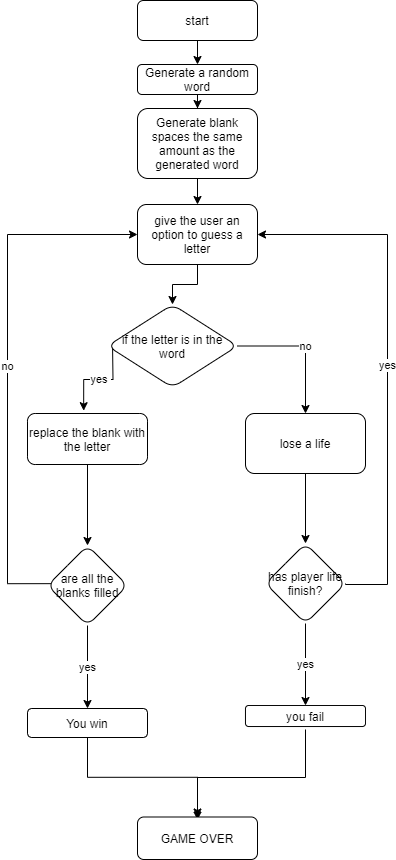
The draw.io diagram Hangman.drawio.png in Fortune-0/hangman, before a commit. Source tidied: cells renumbered, new cells last; positions are measured from the earlier drawing's top-left corner, leaving out a move shared by most shapes. The source it was exported from:
```xml
<mxGraphModel background="#FFFFFF">
  <root>
    <mxCell id="0" />
    <mxCell id="1" parent="0" />
    <mxCell id="2" style="edgeStyle=orthogonalEdgeStyle;rounded=0;jettySize=auto;html=1;exitX=0.5;exitY=1;exitDx=0;exitDy=0;entryX=0.5;entryY=0;entryDx=0;entryDy=0;" parent="1" edge="1" source="3" target="5">
      <mxGeometry relative="1" as="geometry" />
    </mxCell>
    <mxCell id="3" value="start" style="rounded=1;whiteSpace=wrap;html=1;fontSize=12;glass=0;strokeWidth=1;shadow=0;" parent="1" vertex="1">
      <mxGeometry x="130" width="120" height="40" as="geometry" />
    </mxCell>
    <mxCell id="4" style="edgeStyle=orthogonalEdgeStyle;rounded=0;jettySize=auto;html=1;" parent="1" edge="1" source="5" target="7">
      <mxGeometry relative="1" as="geometry" />
    </mxCell>
    <mxCell id="5" value="Generate a random word" style="rounded=1;whiteSpace=wrap;html=1;" parent="1" vertex="1">
      <mxGeometry x="130" y="64" width="120" height="30" as="geometry" />
    </mxCell>
    <mxCell id="6" style="edgeStyle=orthogonalEdgeStyle;rounded=0;jettySize=auto;html=1;" parent="1" edge="1" source="7" target="9">
      <mxGeometry relative="1" as="geometry" />
    </mxCell>
    <mxCell id="7" value="Generate blank spaces the same amount as the generated word" style="rounded=1;whiteSpace=wrap;html=1;" parent="1" vertex="1">
      <mxGeometry x="130" y="108" width="120" height="70" as="geometry" />
    </mxCell>
    <mxCell id="8" style="edgeStyle=orthogonalEdgeStyle;rounded=0;jettySize=auto;html=1;exitX=0.5;exitY=1;exitDx=0;exitDy=0;" parent="1" edge="1" source="9" target="12">
      <mxGeometry relative="1" as="geometry" />
    </mxCell>
    <mxCell id="9" value="give the user an option to guess a letter" style="rounded=1;whiteSpace=wrap;html=1;" parent="1" vertex="1">
      <mxGeometry x="130" y="204" width="120" height="60" as="geometry" />
    </mxCell>
    <mxCell id="10" value="yes&amp;nbsp;" style="edgeStyle=orthogonalEdgeStyle;rounded=0;jettySize=auto;html=1;entryX=0.468;entryY=-0.055;entryDx=0;entryDy=0;entryPerimeter=0;" parent="1" edge="1" target="14">
      <mxGeometry relative="1" as="geometry">
        <mxPoint x="105" y="344" as="sourcePoint" />
      </mxGeometry>
    </mxCell>
    <mxCell id="11" value="no" style="edgeStyle=orthogonalEdgeStyle;rounded=0;jettySize=auto;html=1;" parent="1" edge="1" source="12" target="16">
      <mxGeometry relative="1" as="geometry" />
    </mxCell>
    <mxCell id="12" value="if the letter is in the word" style="rhombus;whiteSpace=wrap;html=1;rounded=1;" parent="1" vertex="1">
      <mxGeometry x="100" y="304" width="130" height="83" as="geometry" />
    </mxCell>
    <mxCell id="13" style="edgeStyle=orthogonalEdgeStyle;rounded=0;jettySize=auto;html=1;" parent="1" edge="1" source="14" target="19">
      <mxGeometry relative="1" as="geometry" />
    </mxCell>
    <mxCell id="14" value="replace the blank with the letter" style="whiteSpace=wrap;html=1;rounded=1;" parent="1" vertex="1">
      <mxGeometry x="20" y="413" width="120" height="51" as="geometry" />
    </mxCell>
    <mxCell id="15" style="edgeStyle=orthogonalEdgeStyle;rounded=0;jettySize=auto;html=1;" parent="1" edge="1" source="16" target="22">
      <mxGeometry relative="1" as="geometry" />
    </mxCell>
    <mxCell id="16" value="lose a life" style="whiteSpace=wrap;html=1;rounded=1;" parent="1" vertex="1">
      <mxGeometry x="238" y="413" width="120" height="60" as="geometry" />
    </mxCell>
    <mxCell id="17" value="no" style="edgeStyle=orthogonalEdgeStyle;rounded=0;jettySize=auto;html=1;exitX=0.042;exitY=0.477;exitDx=0;exitDy=0;entryX=0;entryY=0.5;entryDx=0;entryDy=0;exitPerimeter=0;" parent="1" edge="1" source="19" target="9">
      <mxGeometry relative="1" as="geometry">
        <Array as="points">
          <mxPoint x="43" y="583" />
          <mxPoint y="583" />
          <mxPoint y="234" />
        </Array>
      </mxGeometry>
    </mxCell>
    <mxCell id="18" value="yes" style="edgeStyle=orthogonalEdgeStyle;rounded=0;jettySize=auto;html=1;" parent="1" edge="1" source="19" target="24">
      <mxGeometry relative="1" as="geometry" />
    </mxCell>
    <mxCell id="19" value="are all the blanks filled" style="rhombus;whiteSpace=wrap;html=1;rounded=1;" parent="1" vertex="1">
      <mxGeometry x="40" y="545" width="80" height="80" as="geometry" />
    </mxCell>
    <mxCell id="20" value="yes" style="edgeStyle=orthogonalEdgeStyle;rounded=0;jettySize=auto;html=1;exitX=1;exitY=0.5;exitDx=0;exitDy=0;entryX=1;entryY=0.5;entryDx=0;entryDy=0;" parent="1" edge="1" source="22" target="9">
      <mxGeometry relative="1" as="geometry">
        <Array as="points">
          <mxPoint x="338" y="584" />
          <mxPoint x="380" y="584" />
          <mxPoint x="380" y="234" />
        </Array>
      </mxGeometry>
    </mxCell>
    <mxCell id="21" value="yes" style="edgeStyle=orthogonalEdgeStyle;rounded=0;jettySize=auto;html=1;" parent="1" edge="1" source="22" target="26">
      <mxGeometry relative="1" as="geometry" />
    </mxCell>
    <mxCell id="22" value="has player life finish?" style="rhombus;whiteSpace=wrap;html=1;rounded=1;" parent="1" vertex="1">
      <mxGeometry x="258" y="543" width="80" height="80" as="geometry" />
    </mxCell>
    <mxCell id="23" style="edgeStyle=orthogonalEdgeStyle;rounded=0;jettySize=auto;html=1;" parent="1" edge="1" source="24" target="27">
      <mxGeometry relative="1" as="geometry" />
    </mxCell>
    <mxCell id="24" value="You win" style="whiteSpace=wrap;html=1;rounded=1;" parent="1" vertex="1">
      <mxGeometry x="20" y="708" width="120" height="29" as="geometry" />
    </mxCell>
    <mxCell id="25" style="edgeStyle=orthogonalEdgeStyle;rounded=0;orthogonalLoop=1;jettySize=auto;html=1;entryX=0.5;entryY=0;entryDx=0;entryDy=0;" parent="1" edge="1">
      <mxGeometry relative="1" as="geometry">
        <mxPoint x="298" y="729" as="sourcePoint" />
        <mxPoint x="190" y="819.5" as="targetPoint" />
        <Array as="points">
          <mxPoint x="298" y="777" />
          <mxPoint x="190" y="777" />
        </Array>
      </mxGeometry>
    </mxCell>
    <mxCell id="26" value="you fail" style="whiteSpace=wrap;html=1;rounded=1;" parent="1" vertex="1">
      <mxGeometry x="238" y="705" width="120" height="21" as="geometry" />
    </mxCell>
    <mxCell id="27" value="GAME OVER" style="whiteSpace=wrap;html=1;rounded=1;" parent="1" vertex="1">
      <mxGeometry x="130" y="816.5" width="120" height="42.5" as="geometry" />
    </mxCell>
  </root>
</mxGraphModel>
```
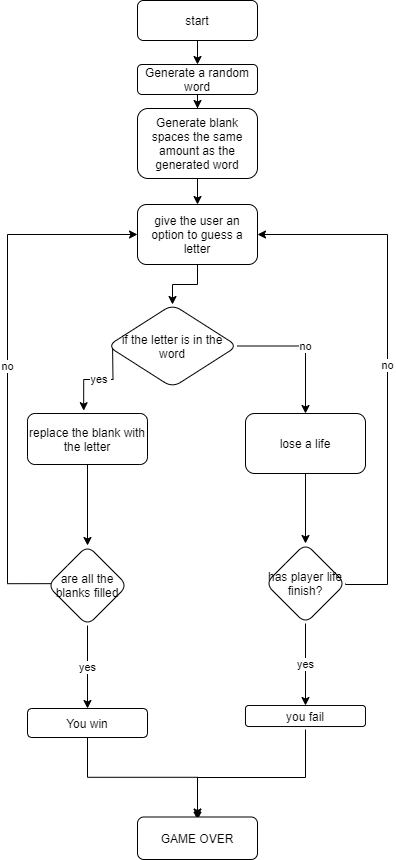
The same diagram one commit later.

Diff of the diagram source:
```diff
@@ -64,7 +64,7 @@
     <mxCell id="19" value="are all the blanks filled" style="rhombus;whiteSpace=wrap;html=1;rounded=1;" parent="1" vertex="1">
       <mxGeometry x="40" y="545" width="80" height="80" as="geometry" />
     </mxCell>
-    <mxCell id="20" value="yes" style="edgeStyle=orthogonalEdgeStyle;rounded=0;jettySize=auto;html=1;exitX=1;exitY=0.5;exitDx=0;exitDy=0;entryX=1;entryY=0.5;entryDx=0;entryDy=0;" parent="1" edge="1" source="22" target="9">
+    <mxCell id="20" value="no" style="edgeStyle=orthogonalEdgeStyle;rounded=0;jettySize=auto;html=1;exitX=1;exitY=0.5;exitDx=0;exitDy=0;entryX=1;entryY=0.5;entryDx=0;entryDy=0;" parent="1" edge="1" source="22" target="9">
       <mxGeometry relative="1" as="geometry">
         <Array as="points">
           <mxPoint x="338" y="584" />
```
